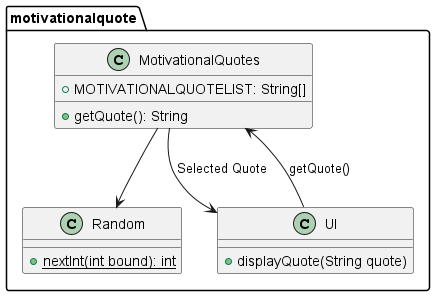
Earlier version of the PlantUML export docs/diagrams/classdiagram/motivationalquoteCD.png (nyh3/tp). Source of this version:
```plantuml
@startuml
package "motivationalquote" {
    class MotivationalQuotes {
        + MOTIVATIONALQUOTELIST: String[]
        + getQuote(): String
    }
    class Random {
        {static} + nextInt(int bound): int
    }
    class UI {
        + displayQuote(String quote)
    }


    MotivationalQuotes --> Random
    UI --> MotivationalQuotes: getQuote()
    MotivationalQuotes --> UI: Selected Quote

}
@enduml
```
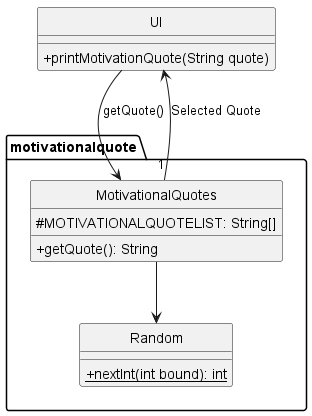
Later version of the same file.

The edit, as a diff of the source:
```diff
@@ -1,20 +1,31 @@
 @startuml
+hide circle
+skinparam classAttributeIconSize 0
+
 package "motivationalquote" {
+
+
+together {
     class MotivationalQuotes {
-        + MOTIVATIONALQUOTELIST: String[]
+        # MOTIVATIONALQUOTELIST: String[]
         + getQuote(): String
     }
+
     class Random {
         {static} + nextInt(int bound): int
     }
+
+    MotivationalQuotes --> Random
+    }
+}
+
     class UI {
-        + displayQuote(String quote)
+        + printMotivationQuote(String quote)
+
     }
 
+    UI --> MotivationalQuotes: getQuote()
+    MotivationalQuotes "1" --> UI: Selected Quote
 
-    MotivationalQuotes --> Random
-    UI --> MotivationalQuotes: getQuote()
-    MotivationalQuotes --> UI: Selected Quote
 
-}
 @enduml
```
